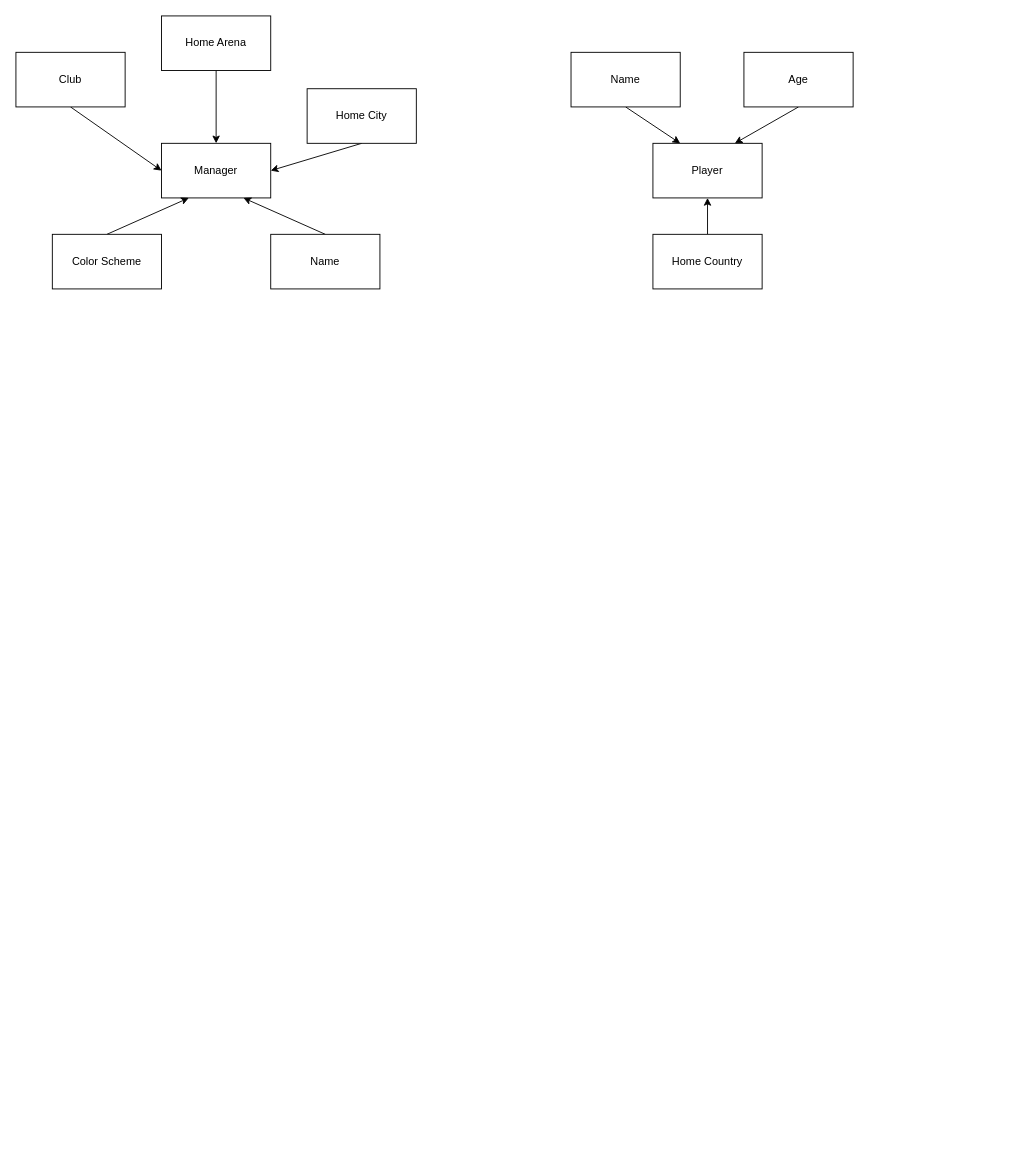
Above: Data Engineer/Main Studies/Module 6 - Database and Data Warehouse/D4/task3.drawio in m-c-v-k/Portfolio (draw.io), before the change. Source tidied: cells renumbered, new cells numbered last; positions are measured from the earlier drawing's top-left corner, leaving out a move shared by most shapes. Both pictures are drawn from the tidied source at 91%, with x=0, y=0 at pixel (15, 15).
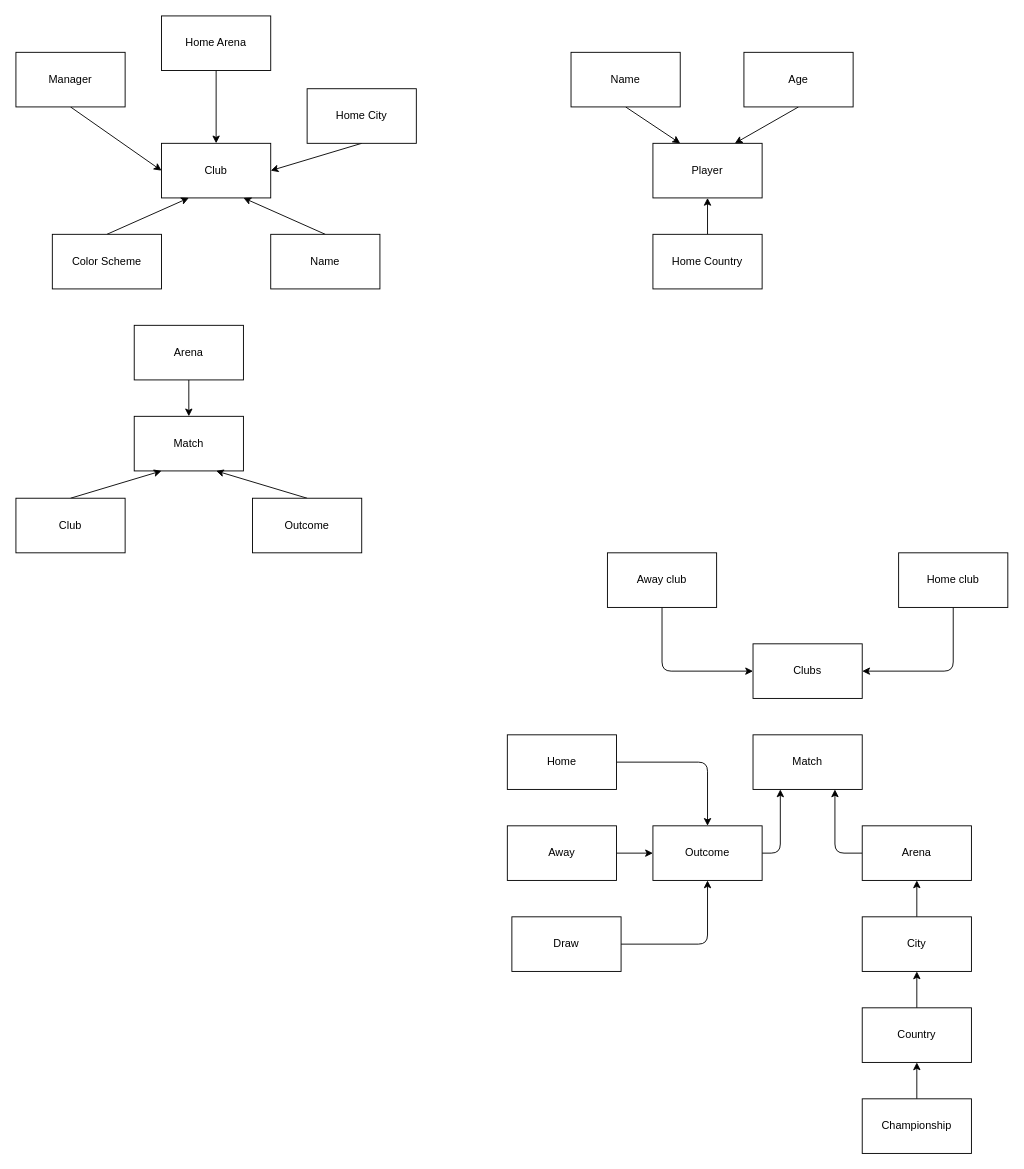
After the change.

Commit message (it also covers changes not shown here):
Changes to task 2, task 3 started

What changed in the source:
```diff
@@
-    <mxCell id="3" value="Club" style="whiteSpace=wrap;html=1;" parent="1" vertex="1">
+    <mxCell id="3" value="Manager" style="whiteSpace=wrap;html=1;" parent="1" vertex="1">
       <mxGeometry y="40" width="120" height="60" as="geometry" />
     </mxCell>
-    <mxCell id="4" value="Manager" style="whiteSpace=wrap;html=1;" parent="1" vertex="1">
+    <mxCell id="4" value="Club" style="whiteSpace=wrap;html=1;" parent="1" vertex="1">
       <mxGeometry x="160" y="140" width="120" height="60" as="geometry" />
     </mxCell>
@@
+    <mxCell id="20" value="Match" style="whiteSpace=wrap;html=1;" parent="1" vertex="1">
+      <mxGeometry x="130" y="440" width="120" height="60" as="geometry" />
+    </mxCell>
+    <mxCell id="21" style="edgeStyle=none;html=1;" parent="1" edge="1" source="22" target="20">
+      <mxGeometry relative="1" as="geometry" />
+    </mxCell>
+    <mxCell id="22" value="Arena" style="whiteSpace=wrap;html=1;" parent="1" vertex="1">
+      <mxGeometry x="130" y="340" width="120" height="60" as="geometry" />
+    </mxCell>
+    <mxCell id="23" style="edgeStyle=none;html=1;exitX=0.5;exitY=0;exitDx=0;exitDy=0;entryX=0.25;entryY=1;entryDx=0;entryDy=0;" parent="1" edge="1" source="24" target="20">
+      <mxGeometry relative="1" as="geometry" />
+    </mxCell>
+    <mxCell id="24" value="Club" style="whiteSpace=wrap;html=1;" parent="1" vertex="1">
+      <mxGeometry y="530" width="120" height="60" as="geometry" />
+    </mxCell>
+    <mxCell id="25" style="edgeStyle=none;html=1;exitX=0.5;exitY=0;exitDx=0;exitDy=0;entryX=0.75;entryY=1;entryDx=0;entryDy=0;" parent="1" edge="1" source="26" target="20">
+      <mxGeometry relative="1" as="geometry" />
+    </mxCell>
+    <mxCell id="26" value="Outcome" style="whiteSpace=wrap;html=1;" parent="1" vertex="1">
+      <mxGeometry x="260" y="530" width="120" height="60" as="geometry" />
+    </mxCell>
+    <mxCell id="27" value="Match" style="whiteSpace=wrap;html=1;" parent="1" vertex="1">
+      <mxGeometry x="810" y="790" width="120" height="60" as="geometry" />
+    </mxCell>
+    <mxCell id="28" style="edgeStyle=none;html=1;exitX=0;exitY=0.5;exitDx=0;exitDy=0;entryX=0.75;entryY=1;entryDx=0;entryDy=0;" parent="1" edge="1" source="29" target="27">
+      <mxGeometry relative="1" as="geometry">
+        <Array as="points">
+          <mxPoint x="900" y="920" />
+        </Array>
+      </mxGeometry>
+    </mxCell>
+    <mxCell id="29" value="Arena" style="whiteSpace=wrap;html=1;" parent="1" vertex="1">
+      <mxGeometry x="930" y="890" width="120" height="60" as="geometry" />
+    </mxCell>
+    <mxCell id="30" style="edgeStyle=none;html=1;" parent="1" edge="1" source="31" target="29">
+      <mxGeometry relative="1" as="geometry" />
+    </mxCell>
+    <mxCell id="31" value="City" style="whiteSpace=wrap;html=1;" parent="1" vertex="1">
+      <mxGeometry x="930" y="990" width="120" height="60" as="geometry" />
+    </mxCell>
+    <mxCell id="32" style="edgeStyle=none;html=1;" parent="1" edge="1" source="33" target="31">
+      <mxGeometry relative="1" as="geometry" />
+    </mxCell>
+    <mxCell id="33" value="Country" style="whiteSpace=wrap;html=1;" parent="1" vertex="1">
+      <mxGeometry x="930" y="1090" width="120" height="60" as="geometry" />
+    </mxCell>
+    <mxCell id="34" style="edgeStyle=none;html=1;" parent="1" edge="1" source="35" target="33">
+      <mxGeometry relative="1" as="geometry" />
+    </mxCell>
+    <mxCell id="35" value="Championship" style="whiteSpace=wrap;html=1;" parent="1" vertex="1">
+      <mxGeometry x="930" y="1190" width="120" height="60" as="geometry" />
+    </mxCell>
+    <mxCell id="36" value="Clubs" style="whiteSpace=wrap;html=1;" parent="1" vertex="1">
+      <mxGeometry x="810" y="690" width="120" height="60" as="geometry" />
+    </mxCell>
+    <mxCell id="37" style="edgeStyle=none;html=1;exitX=0.5;exitY=1;exitDx=0;exitDy=0;entryX=1;entryY=0.5;entryDx=0;entryDy=0;" parent="1" edge="1" source="38" target="36">
+      <mxGeometry relative="1" as="geometry">
+        <Array as="points">
+          <mxPoint x="1030" y="720" />
+        </Array>
+      </mxGeometry>
+    </mxCell>
+    <mxCell id="38" value="Home club" style="whiteSpace=wrap;html=1;" parent="1" vertex="1">
+      <mxGeometry x="970" y="590" width="120" height="60" as="geometry" />
+    </mxCell>
+    <mxCell id="39" style="edgeStyle=none;html=1;exitX=0.5;exitY=1;exitDx=0;exitDy=0;entryX=0;entryY=0.5;entryDx=0;entryDy=0;" parent="1" edge="1" source="40" target="36">
+      <mxGeometry relative="1" as="geometry">
+        <Array as="points">
+          <mxPoint x="710" y="720" />
+        </Array>
+      </mxGeometry>
+    </mxCell>
+    <mxCell id="40" value="Away club" style="whiteSpace=wrap;html=1;" parent="1" vertex="1">
+      <mxGeometry x="650" y="590" width="120" height="60" as="geometry" />
+    </mxCell>
+    <mxCell id="41" style="edgeStyle=none;html=1;exitX=1;exitY=0.5;exitDx=0;exitDy=0;entryX=0.25;entryY=1;entryDx=0;entryDy=0;" parent="1" edge="1" source="42" target="27">
+      <mxGeometry relative="1" as="geometry">
+        <Array as="points">
+          <mxPoint x="840" y="920" />
+        </Array>
+      </mxGeometry>
+    </mxCell>
+    <mxCell id="42" value="Outcome" style="whiteSpace=wrap;html=1;" parent="1" vertex="1">
+      <mxGeometry x="700" y="890" width="120" height="60" as="geometry" />
+    </mxCell>
+    <mxCell id="43" style="edgeStyle=none;html=1;exitX=1;exitY=0.5;exitDx=0;exitDy=0;entryX=0.5;entryY=0;entryDx=0;entryDy=0;" parent="1" edge="1" source="44" target="42">
+      <mxGeometry relative="1" as="geometry">
+        <Array as="points">
+          <mxPoint x="760" y="820" />
+        </Array>
+      </mxGeometry>
+    </mxCell>
+    <mxCell id="44" value="Home" style="whiteSpace=wrap;html=1;" parent="1" vertex="1">
+      <mxGeometry x="540" y="790" width="120" height="60" as="geometry" />
+    </mxCell>
+    <mxCell id="45" style="edgeStyle=none;html=1;" parent="1" edge="1" source="46" target="42">
+      <mxGeometry relative="1" as="geometry" />
+    </mxCell>
+    <mxCell id="46" value="Away" style="whiteSpace=wrap;html=1;" parent="1" vertex="1">
+      <mxGeometry x="540" y="890" width="120" height="60" as="geometry" />
+    </mxCell>
+    <mxCell id="47" style="edgeStyle=none;html=1;exitX=1;exitY=0.5;exitDx=0;exitDy=0;entryX=0.5;entryY=1;entryDx=0;entryDy=0;" parent="1" edge="1" source="48" target="42">
+      <mxGeometry relative="1" as="geometry">
+        <Array as="points">
+          <mxPoint x="760" y="1020" />
+        </Array>
+      </mxGeometry>
+    </mxCell>
+    <mxCell id="48" value="Draw" style="whiteSpace=wrap;html=1;" parent="1" vertex="1">
+      <mxGeometry x="545" y="990" width="120" height="60" as="geometry" />
+    </mxCell>
```
